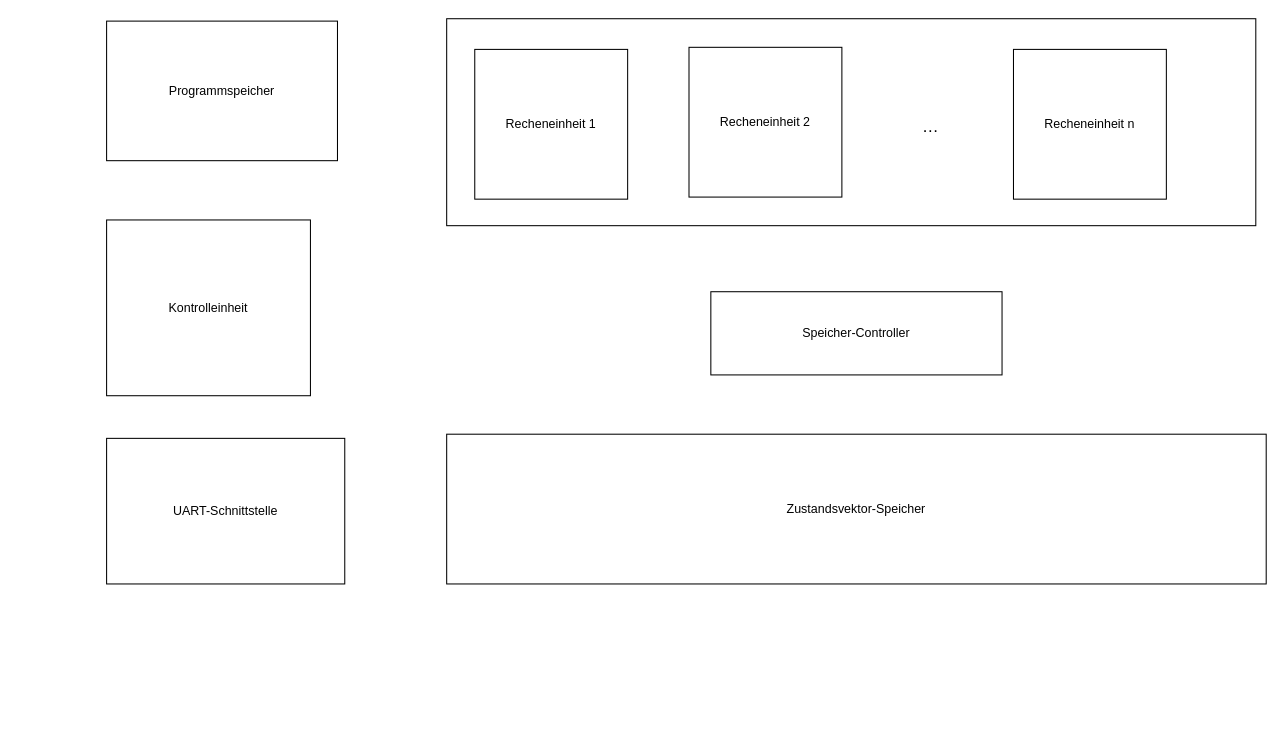
Above: Untitled Diagram.drawio in Sanotsch2003/FPGAQuantumComputerSimulatorAccelerator (draw.io), before the change. Source tidied: cells renumbered, new cells numbered last; positions are measured from the earlier drawing's top-left corner, leaving out a move shared by most shapes. Both pictures are drawn from the tidied source at 104%, with x=0, y=0 at pixel (106, 18).
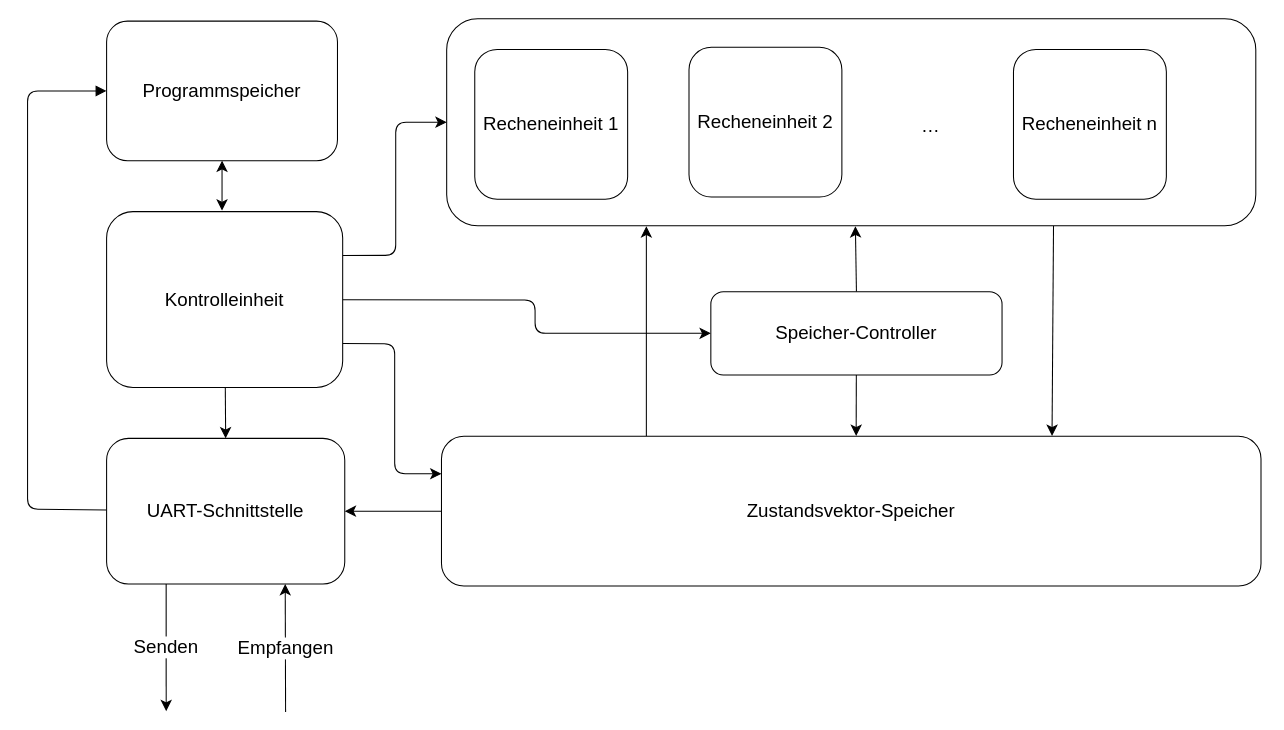
The same page after the edit.

Diff of the diagram source:
```diff
@@
+    <mxCell id="12" style="edgeStyle=none;curved=1;rounded=0;jettySize=auto;html=1;exitX=0.75;exitY=1;exitDx=0;exitDy=0;entryX=0.745;entryY=-0.002;entryDx=0;entryDy=0;fontSize=18;startSize=8;endSize=8;labelBackgroundColor=none;fontColor=default;entryPerimeter=0;" parent="1" edge="1" source="2" target="5">
+      <mxGeometry relative="1" as="geometry" />
+    </mxCell>
-    <mxCell id="2" style="whiteSpace=wrap;html=1;" parent="1" vertex="1">
+    <mxCell id="2" style="whiteSpace=wrap;html=1;labelBackgroundColor=none;rounded=1;fontSize=18;" parent="1" vertex="1">
       <mxGeometry x="327" y="0.5" width="778" height="199" as="geometry" />
     </mxCell>
+    <mxCell id="13" style="edgeStyle=none;curved=1;rounded=0;jettySize=auto;html=1;entryX=0.5;entryY=0;entryDx=0;entryDy=0;fontSize=18;startSize=8;endSize=8;labelBackgroundColor=none;fontColor=default;" parent="1" edge="1" source="3" target="7">
+      <mxGeometry relative="1" as="geometry" />
+    </mxCell>
+    <mxCell id="14" style="edgeStyle=none;curved=0;rounded=1;jettySize=auto;html=1;entryX=0;entryY=0.5;entryDx=0;entryDy=0;fontSize=18;startSize=8;endSize=8;labelBackgroundColor=none;fontColor=default;" parent="1" edge="1" source="3" target="8">
+      <mxGeometry relative="1" as="geometry">
+        <Array as="points">
+          <mxPoint x="412" y="271" />
+          <mxPoint x="412" y="303" />
+        </Array>
+      </mxGeometry>
+    </mxCell>
+    <mxCell id="15" style="edgeStyle=none;curved=0;rounded=1;jettySize=auto;html=1;exitX=1;exitY=0.25;exitDx=0;exitDy=0;fontSize=18;startSize=8;endSize=8;entryX=0;entryY=0.5;entryDx=0;entryDy=0;labelBackgroundColor=none;fontColor=default;" parent="1" edge="1" source="3" target="2">
+      <mxGeometry relative="1" as="geometry">
+        <Array as="points">
+          <mxPoint x="278" y="228" />
+          <mxPoint x="278" y="100" />
+        </Array>
+      </mxGeometry>
+    </mxCell>
+    <mxCell id="16" style="edgeStyle=none;curved=0;rounded=1;jettySize=auto;html=1;exitX=1;exitY=0.75;exitDx=0;exitDy=0;entryX=0;entryY=0.25;entryDx=0;entryDy=0;fontSize=18;startSize=8;endSize=8;labelBackgroundColor=none;fontColor=default;" parent="1" edge="1" source="3" target="5">
+      <mxGeometry relative="1" as="geometry">
+        <Array as="points">
+          <mxPoint x="277" y="313" />
+          <mxPoint x="277" y="438" />
+        </Array>
+      </mxGeometry>
+    </mxCell>
-    <mxCell id="3" value="Kontrolleinheit" style="rounded=0;whiteSpace=wrap;html=1;" parent="1" vertex="1">
-      <mxGeometry y="194" width="196" height="169" as="geometry" />
+    <mxCell id="3" value="Kontrolleinheit" style="rounded=1;whiteSpace=wrap;html=1;labelBackgroundColor=none;fontSize=18;" parent="1" vertex="1">
+      <mxGeometry y="186" width="227" height="169" as="geometry" />
     </mxCell>
-    <mxCell id="4" value="Recheneinheit 1" style="rounded=0;whiteSpace=wrap;html=1;" parent="1" vertex="1">
+    <mxCell id="4" value="Recheneinheit 1" style="rounded=1;whiteSpace=wrap;html=1;labelBackgroundColor=none;fontSize=18;" parent="1" vertex="1">
       <mxGeometry x="354" y="30" width="147" height="144" as="geometry" />
     </mxCell>
+    <mxCell id="17" style="edgeStyle=none;curved=1;rounded=0;jettySize=auto;html=1;exitX=0.25;exitY=0;exitDx=0;exitDy=0;fontSize=18;startSize=8;endSize=8;labelBackgroundColor=none;fontColor=default;" parent="1" edge="1" source="5">
+      <mxGeometry relative="1" as="geometry">
+        <mxPoint x="519" y="200" as="targetPoint" />
+      </mxGeometry>
+    </mxCell>
+    <mxCell id="18" style="edgeStyle=none;curved=1;rounded=0;jettySize=auto;html=1;exitX=0;exitY=0.5;exitDx=0;exitDy=0;entryX=1;entryY=0.5;entryDx=0;entryDy=0;fontSize=18;startSize=8;endSize=8;labelBackgroundColor=none;fontColor=default;" parent="1" edge="1" source="5" target="7">
+      <mxGeometry relative="1" as="geometry" />
+    </mxCell>
-    <mxCell id="5" value="Zustandsvektor-Speicher" style="rounded=0;whiteSpace=wrap;html=1;" parent="1" vertex="1">
-      <mxGeometry x="327" y="400" width="788" height="144" as="geometry" />
+    <mxCell id="5" value="Zustandsvektor-Speicher" style="rounded=1;whiteSpace=wrap;html=1;labelBackgroundColor=none;fontSize=18;" parent="1" vertex="1">
+      <mxGeometry x="322" y="402" width="788" height="144" as="geometry" />
     </mxCell>
-    <mxCell id="6" value="Recheneinheit 2" style="rounded=0;whiteSpace=wrap;html=1;" parent="1" vertex="1">
+    <mxCell id="6" value="Recheneinheit 2" style="rounded=1;whiteSpace=wrap;html=1;labelBackgroundColor=none;fontSize=18;" parent="1" vertex="1">
       <mxGeometry x="560" y="28" width="147" height="144" as="geometry" />
     </mxCell>
+    <mxCell id="19" style="edgeStyle=none;curved=0;rounded=1;jettySize=auto;html=1;entryX=0;entryY=0.5;entryDx=0;entryDy=0;fontSize=18;startSize=8;endSize=8;endArrow=block;endFill=1;startArrow=none;startFill=0;labelBackgroundColor=none;fontColor=default;" parent="1" edge="1" source="7" target="9">
+      <mxGeometry relative="1" as="geometry">
+        <Array as="points">
+          <mxPoint x="-76" y="472" />
+          <mxPoint x="-76" y="70" />
+        </Array>
+      </mxGeometry>
+    </mxCell>
+    <mxCell id="20" value="Senden" style="edgeStyle=none;curved=1;rounded=0;jettySize=auto;html=1;exitX=0.25;exitY=1;exitDx=0;exitDy=0;fontSize=18;startSize=8;endSize=8;labelBackgroundColor=default;fontColor=default;" parent="1" edge="1" source="7">
+      <mxGeometry relative="1" as="geometry">
+        <mxPoint x="57.3" y="666.4" as="targetPoint" />
+      </mxGeometry>
+    </mxCell>
+    <mxCell id="21" value="Empfangen" style="edgeStyle=none;curved=1;rounded=0;jettySize=auto;html=1;exitX=0.75;exitY=1;exitDx=0;exitDy=0;fontSize=18;startSize=8;endSize=8;endArrow=none;endFill=0;startArrow=classic;startFill=1;labelBackgroundColor=default;fontColor=default;flowAnimation=0;verticalAlign=middle;" parent="1" edge="1" source="7">
+      <mxGeometry relative="1" as="geometry">
+        <mxPoint x="172.1" y="667.2" as="targetPoint" />
+      </mxGeometry>
+    </mxCell>
-    <mxCell id="7" value="UART-Schnittstelle" style="rounded=0;whiteSpace=wrap;html=1;" parent="1" vertex="1">
+    <mxCell id="7" value="UART-Schnittstelle" style="rounded=1;whiteSpace=wrap;html=1;labelBackgroundColor=none;fontSize=18;" parent="1" vertex="1">
       <mxGeometry y="404" width="229" height="140" as="geometry" />
     </mxCell>
+    <mxCell id="22" style="edgeStyle=none;curved=1;rounded=0;jettySize=auto;html=1;exitX=0.5;exitY=0;exitDx=0;exitDy=0;fontSize=18;startSize=8;endSize=8;labelBackgroundColor=none;fontColor=default;" parent="1" edge="1" source="8">
+      <mxGeometry relative="1" as="geometry">
+        <mxPoint x="720" y="200" as="targetPoint" />
+      </mxGeometry>
+    </mxCell>
+    <mxCell id="23" style="edgeStyle=none;curved=1;rounded=0;jettySize=auto;html=1;entryX=0.506;entryY=-0.002;entryDx=0;entryDy=0;fontSize=18;startSize=8;endSize=8;labelBackgroundColor=none;fontColor=default;entryPerimeter=0;" parent="1" edge="1" source="8" target="5">
+      <mxGeometry relative="1" as="geometry" />
+    </mxCell>
-    <mxCell id="8" value="Speicher-Controller" style="rounded=0;whiteSpace=wrap;html=1;" parent="1" vertex="1">
+    <mxCell id="8" value="Speicher-Controller" style="rounded=1;whiteSpace=wrap;html=1;labelBackgroundColor=none;fontSize=18;" parent="1" vertex="1">
       <mxGeometry x="581" y="263" width="280" height="80" as="geometry" />
     </mxCell>
+    <mxCell id="24" style="edgeStyle=none;curved=1;rounded=1;jettySize=auto;html=1;fontSize=18;startSize=8;endSize=8;labelBackgroundColor=none;fontColor=default;startArrow=classic;startFill=1;" parent="1" edge="1" source="9">
+      <mxGeometry relative="1" as="geometry">
+        <mxPoint x="111" y="185" as="targetPoint" />
+      </mxGeometry>
+    </mxCell>
-    <mxCell id="9" value="Programmspeicher" style="rounded=0;whiteSpace=wrap;html=1;" parent="1" vertex="1">
+    <mxCell id="9" value="Programmspeicher" style="rounded=1;whiteSpace=wrap;html=1;labelBackgroundColor=none;fontSize=18;" parent="1" vertex="1">
       <mxGeometry y="2.8" width="222" height="134.2" as="geometry" />
     </mxCell>
-    <mxCell id="10" value="…" style="text;strokeColor=none;fillColor=none;html=1;align=center;verticalAlign=middle;whiteSpace=wrap;rounded=0;fontSize=16;" parent="1" vertex="1">
+    <mxCell id="10" value="…" style="text;strokeColor=none;fillColor=none;html=1;align=center;verticalAlign=middle;whiteSpace=wrap;rounded=1;fontSize=18;labelBackgroundColor=none;" parent="1" vertex="1">
       <mxGeometry x="765" y="89" width="55" height="30" as="geometry" />
     </mxCell>
-    <mxCell id="11" value="Recheneinheit n" style="rounded=0;whiteSpace=wrap;html=1;" parent="1" vertex="1">
+    <mxCell id="11" value="Recheneinheit n" style="rounded=1;whiteSpace=wrap;html=1;labelBackgroundColor=none;fontSize=18;" parent="1" vertex="1">
       <mxGeometry x="872" y="30" width="147" height="144" as="geometry" />
     </mxCell>
```
